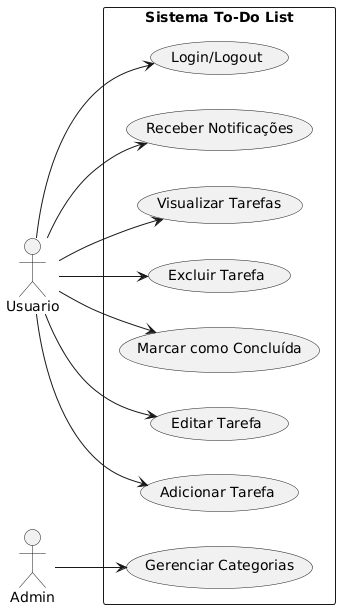
This is ProjetoToDoListAF/docs/diagrams/diagrama_de_casos_de_uso1.png from MateusOliveiraT25/ProjetosNodeJs, a PlantUML export, as it was before one commit.
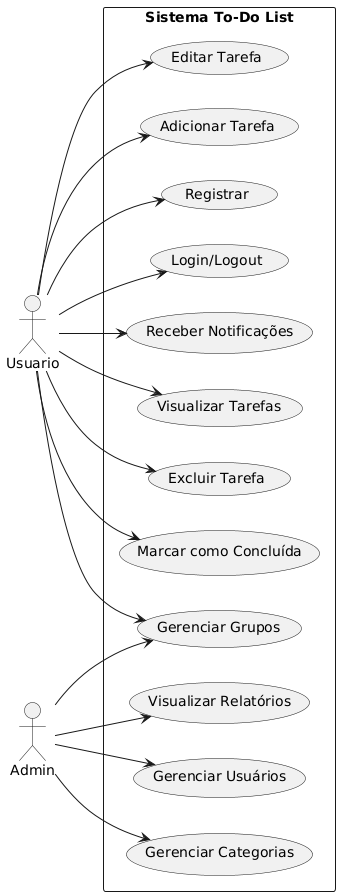
After the change.

Diff of the diagram source:
```diff
@@ -6,6 +6,7 @@
 
 rectangle "Sistema To-Do List" {
     (Login/Logout) as Login
+    (Registrar) as Registrar
     (Adicionar Tarefa) as Adicionar
     (Editar Tarefa) as Editar
     (Marcar como Concluída) as Marcar
@@ -13,15 +14,23 @@
     (Gerenciar Categorias) as GerenciarCategorias
     (Visualizar Tarefas) as Visualizar
     (Receber Notificações) as Notificacoes
+    (Gerenciar Grupos) as GerenciarGrupos
+    (Gerenciar Usuários) as GerenciarUsuarios
+    (Visualizar Relatórios) as VisualizarRelatorios
 
     Usuario --> Login
+    Usuario --> Registrar
     Usuario --> Adicionar
     Usuario --> Editar
     Usuario --> Marcar
     Usuario --> Excluir
     Usuario --> Visualizar
     Usuario --> Notificacoes
+    Usuario --> GerenciarGrupos
 
     Admin --> GerenciarCategorias
+    Admin --> GerenciarUsuarios
+    Admin --> VisualizarRelatorios
+    Admin --> GerenciarGrupos
 }
 @enduml
```
